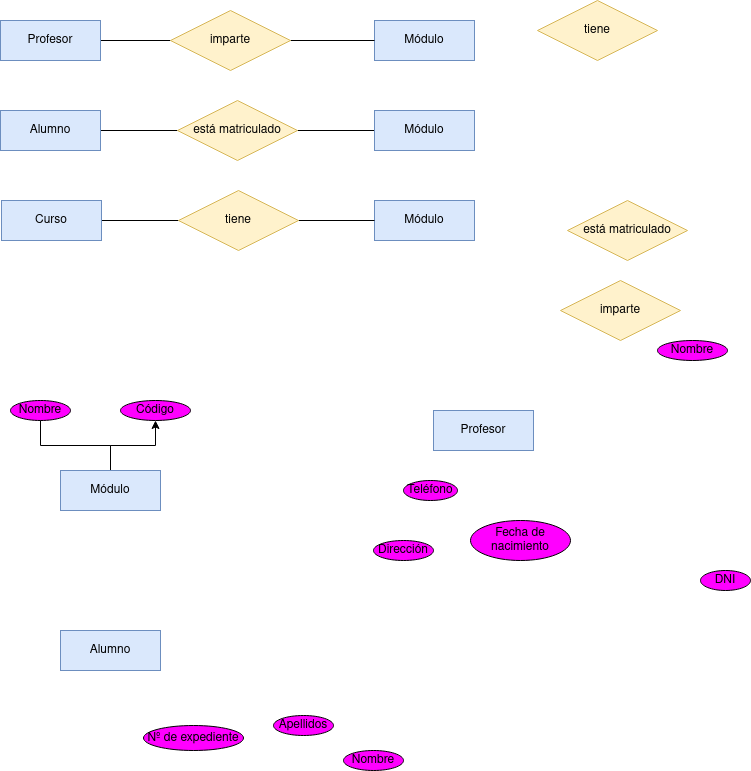
Above: Unidad-1/Tareas/Tarea-4/Diagrama Tarea 5.drawio.png in RafaelMayor/base-datos (draw.io), before the change. Source tidied: cells renumbered, new cells last; positions are measured from the earlier drawing's top-left corner, leaving out a move shared by most shapes.
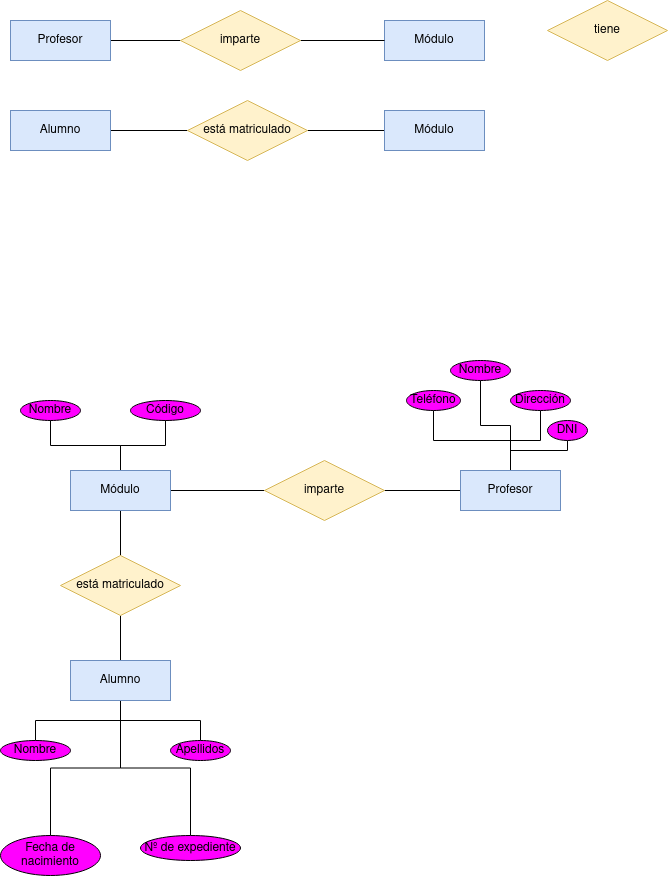
Above is the later version.

The edit, as a diff of the source:
```diff
@@ -2,50 +2,83 @@
   <root>
     <mxCell id="0" />
     <mxCell id="1" parent="0" />
+    <mxCell id="35" style="edgeStyle=orthogonalEdgeStyle;rounded=0;jettySize=auto;html=1;entryX=0.5;entryY=1;entryDx=0;entryDy=0;endArrow=none;endFill=0;" parent="1" edge="1" source="2" target="5">
+      <mxGeometry relative="1" as="geometry" />
+    </mxCell>
+    <mxCell id="36" style="edgeStyle=orthogonalEdgeStyle;rounded=0;jettySize=auto;html=1;entryX=0.5;entryY=1;entryDx=0;entryDy=0;endArrow=none;endFill=0;" parent="1" edge="1" source="2" target="6">
+      <mxGeometry relative="1" as="geometry" />
+    </mxCell>
+    <mxCell id="37" style="edgeStyle=orthogonalEdgeStyle;rounded=0;jettySize=auto;html=1;entryX=0.5;entryY=1;entryDx=0;entryDy=0;endArrow=none;endFill=0;" parent="1" edge="1" source="2" target="12">
+      <mxGeometry relative="1" as="geometry" />
+    </mxCell>
+    <mxCell id="38" style="edgeStyle=orthogonalEdgeStyle;rounded=0;jettySize=auto;html=1;entryX=0.5;entryY=1;entryDx=0;entryDy=0;endArrow=none;endFill=0;" parent="1" edge="1" source="2" target="8">
+      <mxGeometry relative="1" as="geometry" />
+    </mxCell>
+    <mxCell id="39" style="edgeStyle=orthogonalEdgeStyle;rounded=0;jettySize=auto;html=1;entryX=1;entryY=0.5;entryDx=0;entryDy=0;endArrow=none;endFill=0;" parent="1" edge="1" source="2" target="15">
+      <mxGeometry relative="1" as="geometry" />
+    </mxCell>
     <mxCell id="2" value="Profesor" style="whiteSpace=wrap;html=1;align=center;fillColor=#dae8fc;strokeColor=#6c8ebf;" parent="1" vertex="1">
-      <mxGeometry x="433" y="410" width="100" height="40" as="geometry" />
+      <mxGeometry x="450" y="470" width="100" height="40" as="geometry" />
     </mxCell>
-    <mxCell id="3" value="Módulo" style="whiteSpace=wrap;html=1;align=center;fillColor=#dae8fc;strokeColor=#6c8ebf;" parent="1" vertex="1">
-      <mxGeometry x="374" y="200" width="100" height="40" as="geometry" />
-    </mxCell>
+    <mxCell id="40" style="edgeStyle=orthogonalEdgeStyle;rounded=0;jettySize=auto;html=1;entryX=0.5;entryY=1;entryDx=0;entryDy=0;endArrow=none;endFill=0;" parent="1" edge="1" source="4" target="16">
+      <mxGeometry relative="1" as="geometry" />
+    </mxCell>
+    <mxCell id="41" style="edgeStyle=orthogonalEdgeStyle;rounded=0;jettySize=auto;html=1;entryX=0.5;entryY=0;entryDx=0;entryDy=0;endArrow=none;endFill=0;" parent="1" edge="1" source="4" target="11">
+      <mxGeometry relative="1" as="geometry" />
+    </mxCell>
+    <mxCell id="42" style="edgeStyle=orthogonalEdgeStyle;rounded=0;jettySize=auto;html=1;entryX=0.5;entryY=0;entryDx=0;entryDy=0;endArrow=none;endFill=0;" parent="1" edge="1" source="4" target="10">
+      <mxGeometry relative="1" as="geometry" />
+    </mxCell>
+    <mxCell id="43" style="edgeStyle=orthogonalEdgeStyle;rounded=0;jettySize=auto;html=1;entryX=0.5;entryY=0;entryDx=0;entryDy=0;endArrow=none;endFill=0;" parent="1" edge="1" source="4" target="13">
+      <mxGeometry relative="1" as="geometry" />
+    </mxCell>
+    <mxCell id="44" style="edgeStyle=orthogonalEdgeStyle;rounded=0;jettySize=auto;html=1;entryX=0.5;entryY=0;entryDx=0;entryDy=0;endArrow=none;endFill=0;" parent="1" edge="1" source="4" target="14">
+      <mxGeometry relative="1" as="geometry" />
+    </mxCell>
     <mxCell id="4" value="Alumno" style="whiteSpace=wrap;html=1;align=center;fillColor=#dae8fc;strokeColor=#6c8ebf;" parent="1" vertex="1">
-      <mxGeometry x="60" y="630" width="100" height="40" as="geometry" />
+      <mxGeometry x="60" y="660" width="100" height="40" as="geometry" />
     </mxCell>
     <mxCell id="5" value="Teléfono" style="ellipse;whiteSpace=wrap;html=1;align=center;fillColor=#FF00FF;" parent="1" vertex="1">
-      <mxGeometry x="403" y="480" width="54" height="20" as="geometry" />
+      <mxGeometry x="396" y="390" width="54" height="20" as="geometry" />
     </mxCell>
     <mxCell id="6" value="Dirección" style="ellipse;whiteSpace=wrap;html=1;align=center;fillColor=#FF00FF;" parent="1" vertex="1">
-      <mxGeometry x="373" y="540" width="60" height="20" as="geometry" />
+      <mxGeometry x="500" y="390" width="60" height="20" as="geometry" />
     </mxCell>
     <mxCell id="7" value="Nombre" style="ellipse;whiteSpace=wrap;html=1;align=center;fillColor=#FF00FF;" parent="1" vertex="1">
       <mxGeometry x="10" y="400" width="60" height="20" as="geometry" />
     </mxCell>
     <mxCell id="8" value="DNI" style="ellipse;whiteSpace=wrap;html=1;align=center;fillColor=#FF00FF;" parent="1" vertex="1">
-      <mxGeometry x="700" y="570" width="50" height="20" as="geometry" />
+      <mxGeometry x="537" y="420" width="40" height="20" as="geometry" />
     </mxCell>
     <mxCell id="9" value="Código" style="ellipse;whiteSpace=wrap;html=1;align=center;fillColor=#FF00FF;" parent="1" vertex="1">
       <mxGeometry x="120" y="400" width="70" height="20" as="geometry" />
     </mxCell>
     <mxCell id="10" value="Nombre" style="ellipse;whiteSpace=wrap;html=1;align=center;fillColor=#FF00FF;" parent="1" vertex="1">
-      <mxGeometry x="657" y="340" width="70" height="20" as="geometry" />
+      <mxGeometry x="-10" y="740" width="70" height="20" as="geometry" />
     </mxCell>
     <mxCell id="11" value="Nº de expediente" style="ellipse;whiteSpace=wrap;html=1;align=center;fillColor=#FF00FF;" parent="1" vertex="1">
-      <mxGeometry x="143" y="725" width="100" height="25" as="geometry" />
+      <mxGeometry x="130" y="835" width="100" height="25" as="geometry" />
     </mxCell>
     <mxCell id="12" value="Nombre" style="ellipse;whiteSpace=wrap;html=1;align=center;fillColor=#FF00FF;" parent="1" vertex="1">
-      <mxGeometry x="343" y="750" width="60" height="20" as="geometry" />
+      <mxGeometry x="440" y="360" width="60" height="20" as="geometry" />
     </mxCell>
     <mxCell id="13" value="Apellidos" style="ellipse;whiteSpace=wrap;html=1;align=center;fillColor=#FF00FF;" parent="1" vertex="1">
-      <mxGeometry x="273" y="715" width="60" height="20" as="geometry" />
+      <mxGeometry x="160" y="740" width="60" height="20" as="geometry" />
     </mxCell>
     <mxCell id="14" value="Fecha de nacimiento" style="ellipse;whiteSpace=wrap;html=1;align=center;fillColor=#FF00FF;" parent="1" vertex="1">
-      <mxGeometry x="470" y="520" width="100" height="40" as="geometry" />
+      <mxGeometry x="-10" y="835" width="100" height="40" as="geometry" />
     </mxCell>
+    <mxCell id="45" style="edgeStyle=orthogonalEdgeStyle;rounded=0;jettySize=auto;html=1;entryX=1;entryY=0.5;entryDx=0;entryDy=0;endArrow=none;endFill=0;" parent="1" edge="1" source="15" target="34">
+      <mxGeometry relative="1" as="geometry" />
+    </mxCell>
     <mxCell id="15" value="imparte" style="shape=rhombus;perimeter=rhombusPerimeter;whiteSpace=wrap;html=1;align=center;fillColor=#fff2cc;strokeColor=#d6b656;" parent="1" vertex="1">
-      <mxGeometry x="560" y="280" width="120" height="60" as="geometry" />
+      <mxGeometry x="254" y="460" width="120" height="60" as="geometry" />
     </mxCell>
+    <mxCell id="46" style="edgeStyle=orthogonalEdgeStyle;rounded=0;jettySize=auto;html=1;entryX=0.5;entryY=1;entryDx=0;entryDy=0;endArrow=none;endFill=0;" parent="1" edge="1" source="16" target="34">
+      <mxGeometry relative="1" as="geometry" />
+    </mxCell>
     <mxCell id="16" value="está matriculado" style="shape=rhombus;perimeter=rhombusPerimeter;whiteSpace=wrap;html=1;align=center;fillColor=#fff2cc;strokeColor=#d6b656;" parent="1" vertex="1">
-      <mxGeometry x="567" y="200" width="120" height="60" as="geometry" />
+      <mxGeometry x="50" y="555" width="120" height="60" as="geometry" />
     </mxCell>
     <mxCell id="17" style="edgeStyle=orthogonalEdgeStyle;rounded=0;jettySize=auto;html=1;entryX=0;entryY=0.5;entryDx=0;entryDy=0;endArrow=none;endFill=0;" parent="1" edge="1" source="18" target="23">
       <mxGeometry relative="1" as="geometry" />
@@ -80,22 +113,10 @@
     <mxCell id="27" value="Módulo" style="whiteSpace=wrap;html=1;align=center;fillColor=#dae8fc;strokeColor=#6c8ebf;" parent="1" vertex="1">
       <mxGeometry x="374" y="110" width="100" height="40" as="geometry" />
     </mxCell>
-    <mxCell id="28" style="edgeStyle=orthogonalEdgeStyle;rounded=0;jettySize=auto;html=1;entryX=0;entryY=0.5;entryDx=0;entryDy=0;endArrow=none;endFill=0;" parent="1" edge="1" source="29" target="31">
-      <mxGeometry relative="1" as="geometry" />
-    </mxCell>
-    <mxCell id="29" value="Curso" style="whiteSpace=wrap;html=1;align=center;fillColor=#dae8fc;strokeColor=#6c8ebf;" parent="1" vertex="1">
-      <mxGeometry x="1" y="200" width="100" height="40" as="geometry" />
-    </mxCell>
-    <mxCell id="30" style="edgeStyle=orthogonalEdgeStyle;rounded=0;jettySize=auto;html=1;entryX=0;entryY=0.5;entryDx=0;entryDy=0;endArrow=none;endFill=0;" parent="1" edge="1" source="31" target="3">
-      <mxGeometry relative="1" as="geometry" />
-    </mxCell>
-    <mxCell id="31" value="tiene" style="shape=rhombus;perimeter=rhombusPerimeter;whiteSpace=wrap;html=1;align=center;fillColor=#fff2cc;strokeColor=#d6b656;" parent="1" vertex="1">
-      <mxGeometry x="178" y="190" width="120" height="60" as="geometry" />
-    </mxCell>
     <mxCell id="32" style="edgeStyle=orthogonalEdgeStyle;rounded=0;jettySize=auto;html=1;entryX=0.5;entryY=1;entryDx=0;entryDy=0;endArrow=none;endFill=0;" parent="1" edge="1" source="34" target="7">
       <mxGeometry relative="1" as="geometry" />
     </mxCell>
-    <mxCell id="33" style="edgeStyle=orthogonalEdgeStyle;rounded=0;jettySize=auto;html=1;entryX=0.5;entryY=1;entryDx=0;entryDy=0;" parent="1" edge="1" source="34" target="9">
+    <mxCell id="33" style="edgeStyle=orthogonalEdgeStyle;rounded=0;jettySize=auto;html=1;entryX=0.5;entryY=1;entryDx=0;entryDy=0;endArrow=none;endFill=0;" parent="1" edge="1" source="34" target="9">
       <mxGeometry relative="1" as="geometry" />
     </mxCell>
     <mxCell id="34" value="Módulo" style="whiteSpace=wrap;html=1;align=center;fillColor=#dae8fc;strokeColor=#6c8ebf;" parent="1" vertex="1">
```
